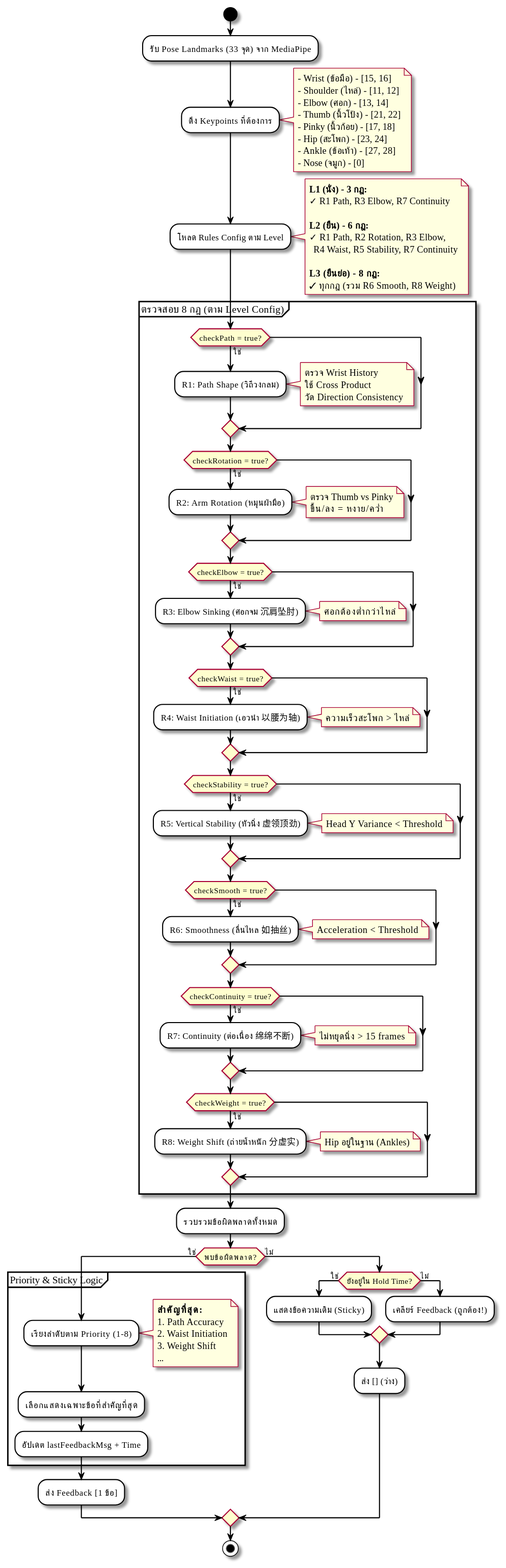
Above: out/docs/diagrams/ActivityDiagram_Heuristics/TaijiFlow_Activity_Diagram_Heuristics.svg in vyut/TaijiFlow (PlantUML), before the change. The source it was exported from:
```plantuml
@startuml TaijiFlow_Activity_Diagram_Heuristics

skinparam defaultFontName "sarabun"
skinparam activity {
    BackgroundColor White
    BorderColor Black
    ArrowColor Black
}
skinparam note {
    BackgroundColor LightYellow
}

start

:รับ Pose Landmarks (33 จุด) จาก MediaPipe;

:ดึง Keypoints ที่ต้องการ;
note right
    - Wrist (ข้อมือ) - [15, 16]
    - Shoulder (ไหล่) - [11, 12]
    - Elbow (ศอก) - [13, 14]
    - Thumb (นิ้วโป้ง) - [21, 22]
    - Pinky (นิ้วก้อย) - [17, 18]
    - Hip (สะโพก) - [23, 24]
    - Ankle (ข้อเท้า) - [27, 28]
    - Nose (จมูก) - [0]
end note

:โหลด Rules Config ตาม Level;
note right
    **L1 (นั่ง) - 3 กฎ:**
    ✓ R1 Path, R3 Elbow, R7 Continuity

    **L2 (ยืน) - 6 กฎ:**
    ✓ R1 Path, R2 Rotation, R3 Elbow,
      R4 Waist, R5 Stability, R7 Continuity

    **L3 (ยืนย่อ) - 8 กฎ:**
    ✓ ทุกกฎ (รวม R6 Smooth, R8 Weight)
end note

partition "ตรวจสอบ 8 กฎ (ตาม Level Config)" {
    if (checkPath = true?) then (ใช่)
        :R1: Path Shape (วิถีวงกลม);
        note right
            ตรวจ Wrist History
            ใช้ Cross Product
            วัด Direction Consistency
        end note
    endif

    if (checkRotation = true?) then (ใช่)
        :R2: Arm Rotation (หมุนฝ่ามือ);
        note right
            ตรวจ Thumb vs Pinky
            ขึ้น/ลง = หงาย/คว่ำ
        end note
    endif

    if (checkElbow = true?) then (ใช่)
        :R3: Elbow Sinking (ศอกจม 沉肩坠肘);
        note right
            ศอกต้องต่ำกว่าไหล่
        end note
    endif

    if (checkWaist = true?) then (ใช่)
        :R4: Waist Initiation (เอวนำ 以腰为轴);
        note right
            ความเร็วสะโพก > ไหล่
        end note
    endif

    if (checkStability = true?) then (ใช่)
        :R5: Vertical Stability (หัวนิ่ง 虚领顶劲);
        note right
            Head Y Variance < Threshold
        end note
    endif

    if (checkSmooth = true?) then (ใช่)
        :R6: Smoothness (ลื่นไหล 如抽丝);
        note right
            Acceleration < Threshold
        end note
    endif

    if (checkContinuity = true?) then (ใช่)
        :R7: Continuity (ต่อเนื่อง 绵绵不断);
        note right
            ไม่หยุดนิ่ง > 15 frames
        end note
    endif

    if (checkWeight = true?) then (ใช่)
        :R8: Weight Shift (ถ่ายน้ำหนัก 分虚实);
        note right
            Hip อยู่ในฐาน (Ankles)
        end note
    endif
}

:รวบรวมข้อผิดพลาดทั้งหมด;

if (พบข้อผิดพลาด?) then (ใช่)
    partition "Priority & Sticky Logic" {
        :เรียงลำดับตาม Priority (1-8);
        note right
            **สำคัญที่สุด:**
            1. Path Accuracy
            2. Waist Initiation
            3. Weight Shift
            ...
        end note
        :เลือกแสดงเฉพาะข้อที่สำคัญที่สุด;
        :อัปเดต lastFeedbackMsg + Time;
    }
    :ส่ง Feedback [1 ข้อ];
else (ไม่)
    if (ยังอยู่ใน Hold Time?) then (ใช่)
        :แสดงข้อความเดิม (Sticky);
    else (ไม่)
        :เคลียร์ Feedback (ถูกต้อง!);
    endif
    :ส่ง [] (ว่าง);
endif

stop
@enduml
```
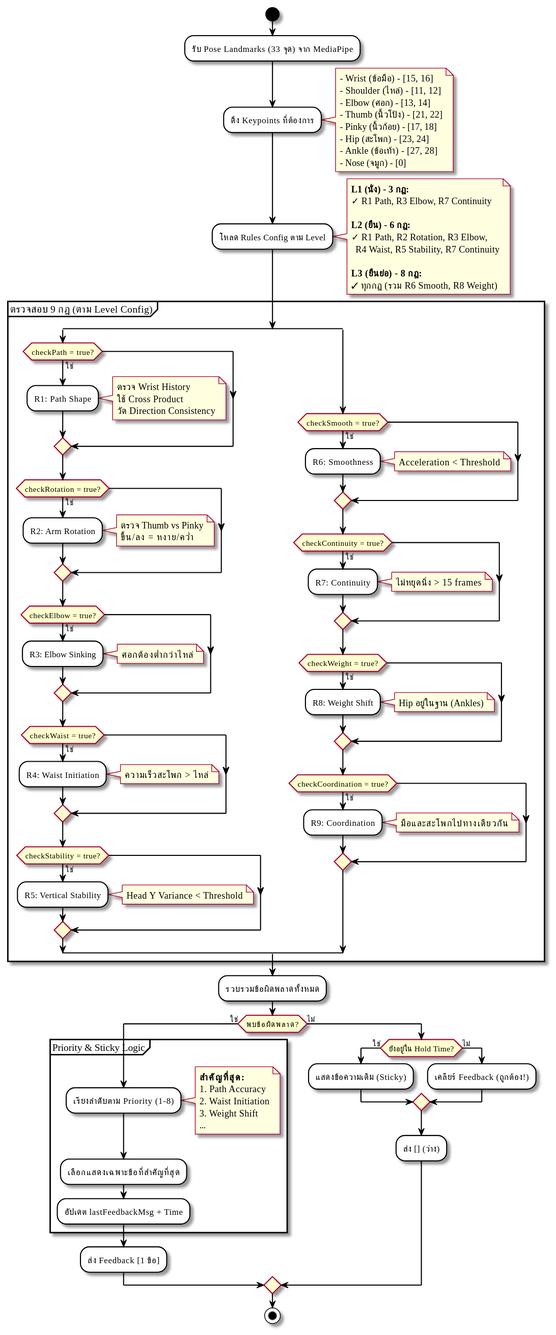
Later version of the same file.

The edit, as a diff of the source:
```diff
@@ -39,9 +39,11 @@
     ✓ ทุกกฎ (รวม R6 Smooth, R8 Weight)
 end note
 
-partition "ตรวจสอบ 8 กฎ (ตาม Level Config)" {
+partition "ตรวจสอบ 9 กฎ (ตาม Level Config)" {
+
+split
     if (checkPath = true?) then (ใช่)
-        :R1: Path Shape (วิถีวงกลม);
+        :R1: Path Shape;
         note right
             ตรวจ Wrist History
             ใช้ Cross Product
@@ -50,7 +52,7 @@
     endif
 
     if (checkRotation = true?) then (ใช่)
-        :R2: Arm Rotation (หมุนฝ่ามือ);
+        :R2: Arm Rotation;
         note right
             ตรวจ Thumb vs Pinky
             ขึ้น/ลง = หงาย/คว่ำ
@@ -58,46 +60,58 @@
     endif
 
     if (checkElbow = true?) then (ใช่)
-        :R3: Elbow Sinking (ศอกจม 沉肩坠肘);
+        :R3: Elbow Sinking;
         note right
             ศอกต้องต่ำกว่าไหล่
         end note
     endif
 
     if (checkWaist = true?) then (ใช่)
-        :R4: Waist Initiation (เอวนำ 以腰为轴);
+        :R4: Waist Initiation;
         note right
             ความเร็วสะโพก > ไหล่
         end note
     endif
 
     if (checkStability = true?) then (ใช่)
-        :R5: Vertical Stability (หัวนิ่ง 虚领顶劲);
+        :R5: Vertical Stability;
         note right
             Head Y Variance < Threshold
         end note
     endif
 
+split again
+
     if (checkSmooth = true?) then (ใช่)
-        :R6: Smoothness (ลื่นไหล 如抽丝);
+        :R6: Smoothness;
         note right
             Acceleration < Threshold
         end note
     endif
 
     if (checkContinuity = true?) then (ใช่)
-        :R7: Continuity (ต่อเนื่อง 绵绵不断);
+        :R7: Continuity;
         note right
             ไม่หยุดนิ่ง > 15 frames
         end note
     endif
 
     if (checkWeight = true?) then (ใช่)
-        :R8: Weight Shift (ถ่ายน้ำหนัก 分虚实);
+        :R8: Weight Shift;
         note right
             Hip อยู่ในฐาน (Ankles)
         end note
     endif
+
+    if (checkCoordination = true?) then (ใช่)
+        :R9: Coordination;
+        note right
+            มือและสะโพกไปทางเดียวกัน
+        end note
+    endif
+
+end split
+
 }
 
 :รวบรวมข้อผิดพลาดทั้งหมด;
```
